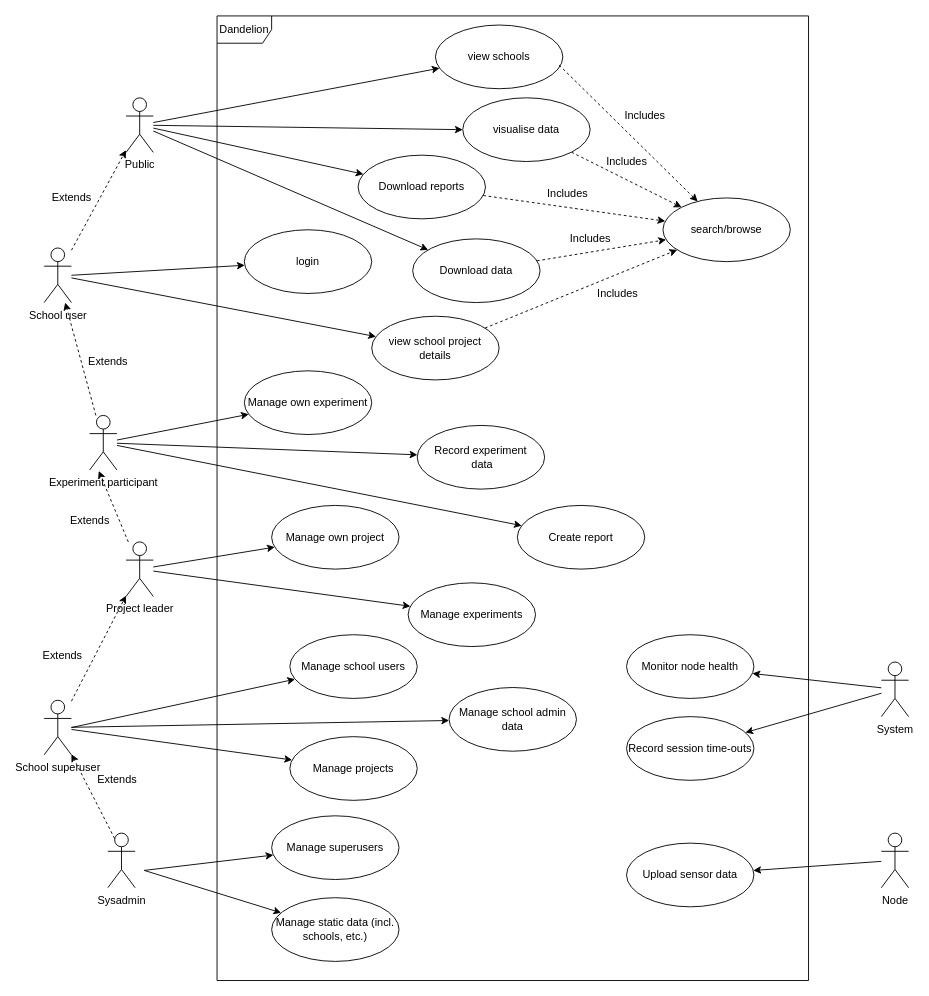
Before: Documentation/Use cases.drawio in Dandelion-dev-team/dandelion, a draw.io diagram. Source tidied: cells renumbered, new cells numbered last; positions are measured from the earlier drawing's top-left corner, leaving out a move shared by most shapes. Both pictures are drawn from the tidied source at 91%, with x=0, y=0 at pixel (35, 15).
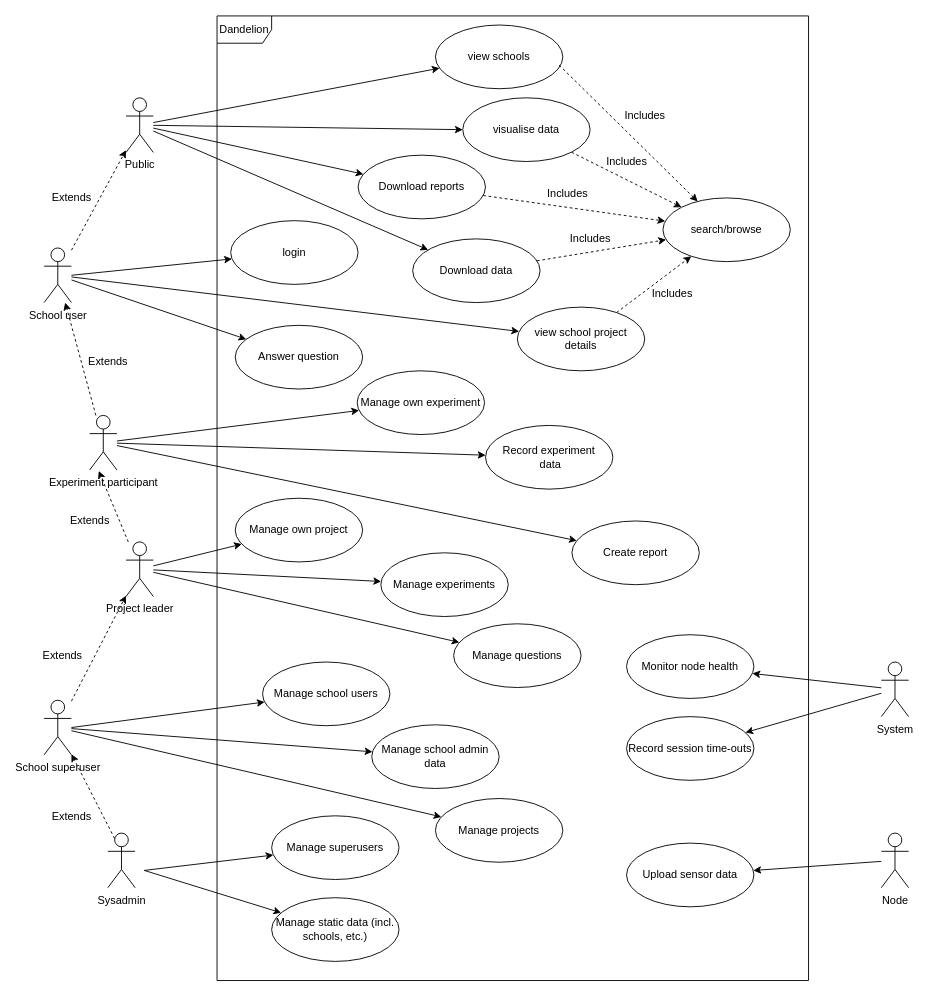
The same page after the edit.

Commit message:
Update Use cases - added questions

Unchanged cells that the change refers to:
```xml
<mxCell id="6" value="School user" style="shape=umlActor;verticalLabelPosition=bottom;verticalAlign=top;html=1;" parent="1" vertex="1">
  <mxGeometry x="10" y="255" width="30" height="60" as="geometry" />
</mxCell>
<mxCell id="61" value="Project leader" style="shape=umlActor;verticalLabelPosition=bottom;verticalAlign=top;html=1;" parent="1" vertex="1">
  <mxGeometry x="100" y="578" width="30" height="60" as="geometry" />
</mxCell>
```

Change to the diagram source:
```diff
@@
+    <mxCell id="70" style="edgeStyle=none;rounded=0;jettySize=auto;html=1;" parent="1" edge="1" source="6" target="73">
+      <mxGeometry relative="1" as="geometry" />
+    </mxCell>
@@
     <mxCell id="22" value="view school project details" style="ellipse;whiteSpace=wrap;html=1;" parent="1" vertex="1">
-      <mxGeometry x="370" y="330" width="140" height="70" as="geometry" />
+      <mxGeometry x="530" y="320" width="140" height="70" as="geometry" />
     </mxCell>
@@
     <mxCell id="24" value="Extends" style="text;html=1;align=center;verticalAlign=middle;strokeColor=none;fillColor=none;" parent="1" vertex="1">
-      <mxGeometry x="60" y="829" width="60" height="20" as="geometry" />
+      <mxGeometry x="10" y="870" width="60" height="20" as="geometry" />
     </mxCell>
@@
     <mxCell id="26" value="login" style="ellipse;whiteSpace=wrap;html=1;" parent="1" vertex="1">
-      <mxGeometry x="230" y="235" width="140" height="70" as="geometry" />
+      <mxGeometry x="215" y="225" width="140" height="70" as="geometry" />
     </mxCell>
@@
     <mxCell id="29" value="Record experiment&lt;br&gt;&amp;nbsp;data" style="ellipse;whiteSpace=wrap;html=1;" parent="1" vertex="1">
-      <mxGeometry x="420" y="450" width="140" height="70" as="geometry" />
+      <mxGeometry x="495" y="450" width="140" height="70" as="geometry" />
     </mxCell>
     <mxCell id="30" value="Manage experiments" style="ellipse;whiteSpace=wrap;html=1;" parent="1" vertex="1">
-      <mxGeometry x="410" y="623" width="140" height="70" as="geometry" />
+      <mxGeometry x="380" y="590" width="140" height="70" as="geometry" />
     </mxCell>
     <mxCell id="31" value="Create report" style="ellipse;whiteSpace=wrap;html=1;" parent="1" vertex="1">
-      <mxGeometry x="530" y="537.9" width="140" height="70" as="geometry" />
+      <mxGeometry x="590" y="555" width="140" height="70" as="geometry" />
     </mxCell>
@@
     <mxCell id="35" value="Manage projects" style="ellipse;whiteSpace=wrap;html=1;" parent="1" vertex="1">
-      <mxGeometry x="280" y="792" width="140" height="70" as="geometry" />
+      <mxGeometry x="440" y="860" width="140" height="70" as="geometry" />
     </mxCell>
@@
     <mxCell id="38" value="Manage school users" style="ellipse;whiteSpace=wrap;html=1;" parent="1" vertex="1">
-      <mxGeometry x="280" y="680" width="140" height="70" as="geometry" />
+      <mxGeometry x="250" y="710" width="140" height="70" as="geometry" />
     </mxCell>
     <mxCell id="39" value="Manage school admin data" style="ellipse;whiteSpace=wrap;html=1;" parent="1" vertex="1">
-      <mxGeometry x="455" y="738" width="140" height="70" as="geometry" />
+      <mxGeometry x="370" y="779" width="140" height="70" as="geometry" />
     </mxCell>
@@
     <mxCell id="60" value="Includes" style="text;html=1;align=center;verticalAlign=middle;strokeColor=none;fillColor=none;" parent="1" vertex="1">
-      <mxGeometry x="610" y="295" width="60" height="20" as="geometry" />
+      <mxGeometry x="670" y="295" width="60" height="20" as="geometry" />
     </mxCell>
+    <mxCell id="71" style="rounded=0;jettySize=auto;html=1;" parent="1" edge="1" source="61" target="72">
+      <mxGeometry relative="1" as="geometry" />
+    </mxCell>
@@
     <mxCell id="64" value="Manage own project" style="ellipse;whiteSpace=wrap;html=1;" parent="1" vertex="1">
-      <mxGeometry x="260" y="537.9" width="140" height="70" as="geometry" />
+      <mxGeometry x="220" y="530" width="140" height="70" as="geometry" />
     </mxCell>
@@
     <mxCell id="66" value="Manage own experiment" style="ellipse;whiteSpace=wrap;html=1;" parent="1" vertex="1">
-      <mxGeometry x="230" y="390" width="140" height="70" as="geometry" />
+      <mxGeometry x="354" y="390" width="140" height="70" as="geometry" />
     </mxCell>
@@
+    <mxCell id="72" value="Manage questions" style="ellipse;whiteSpace=wrap;html=1;" parent="1" vertex="1">
+      <mxGeometry x="460" y="668" width="140" height="70" as="geometry" />
+    </mxCell>
+    <mxCell id="73" value="Answer question" style="ellipse;whiteSpace=wrap;html=1;" parent="1" vertex="1">
+      <mxGeometry x="220" y="340" width="140" height="70" as="geometry" />
+    </mxCell>
```
